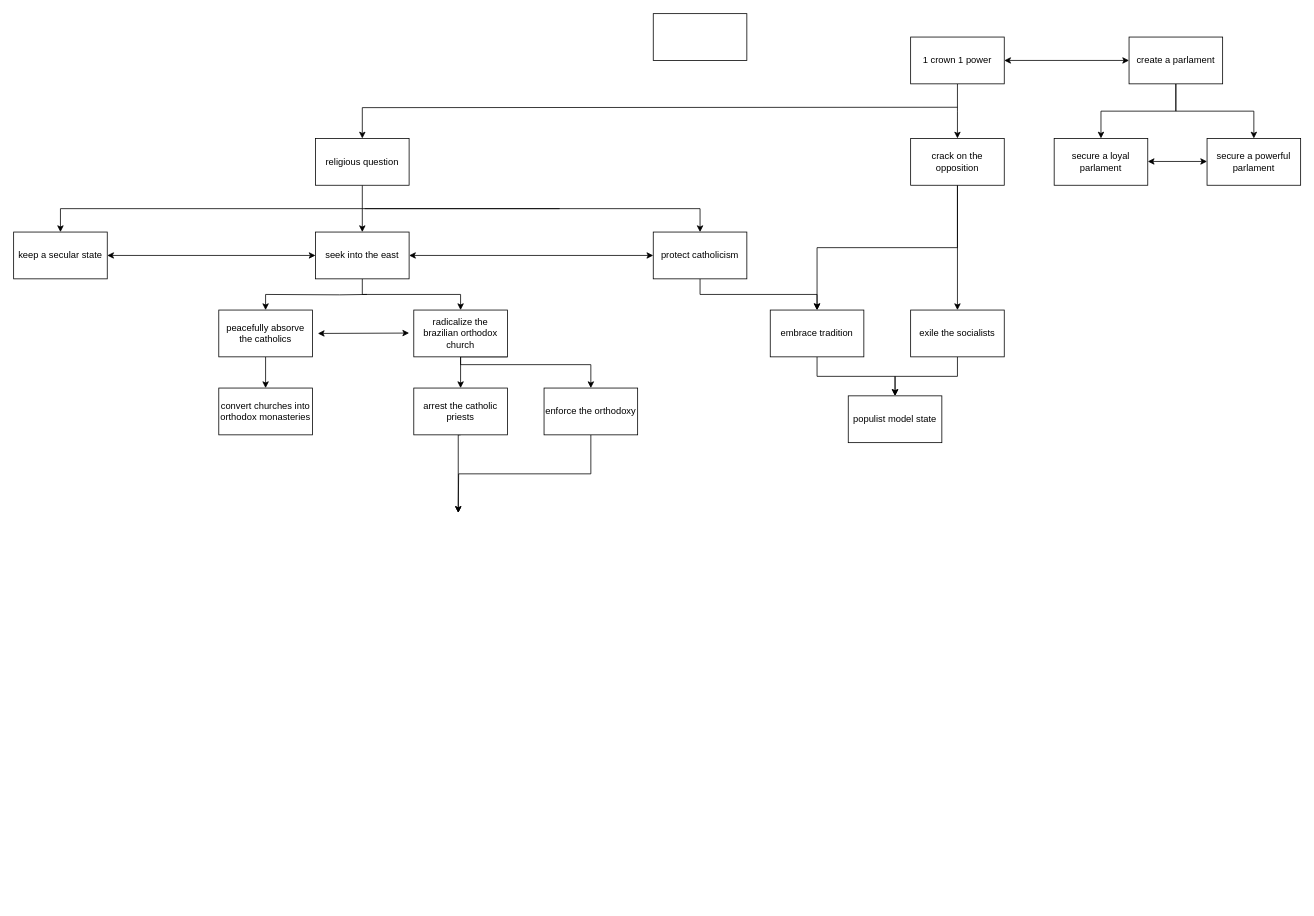
Above: Untitled Diagram.drawio in GolfinhoDoAlaska/marwan-challenge (draw.io), before the change. Source tidied: cells renumbered, new cells numbered last; positions are measured from the earlier drawing's top-left corner, leaving out a move shared by most shapes. Both pictures are drawn from the tidied source at 78%, with x=0, y=0 at pixel (13, 13).
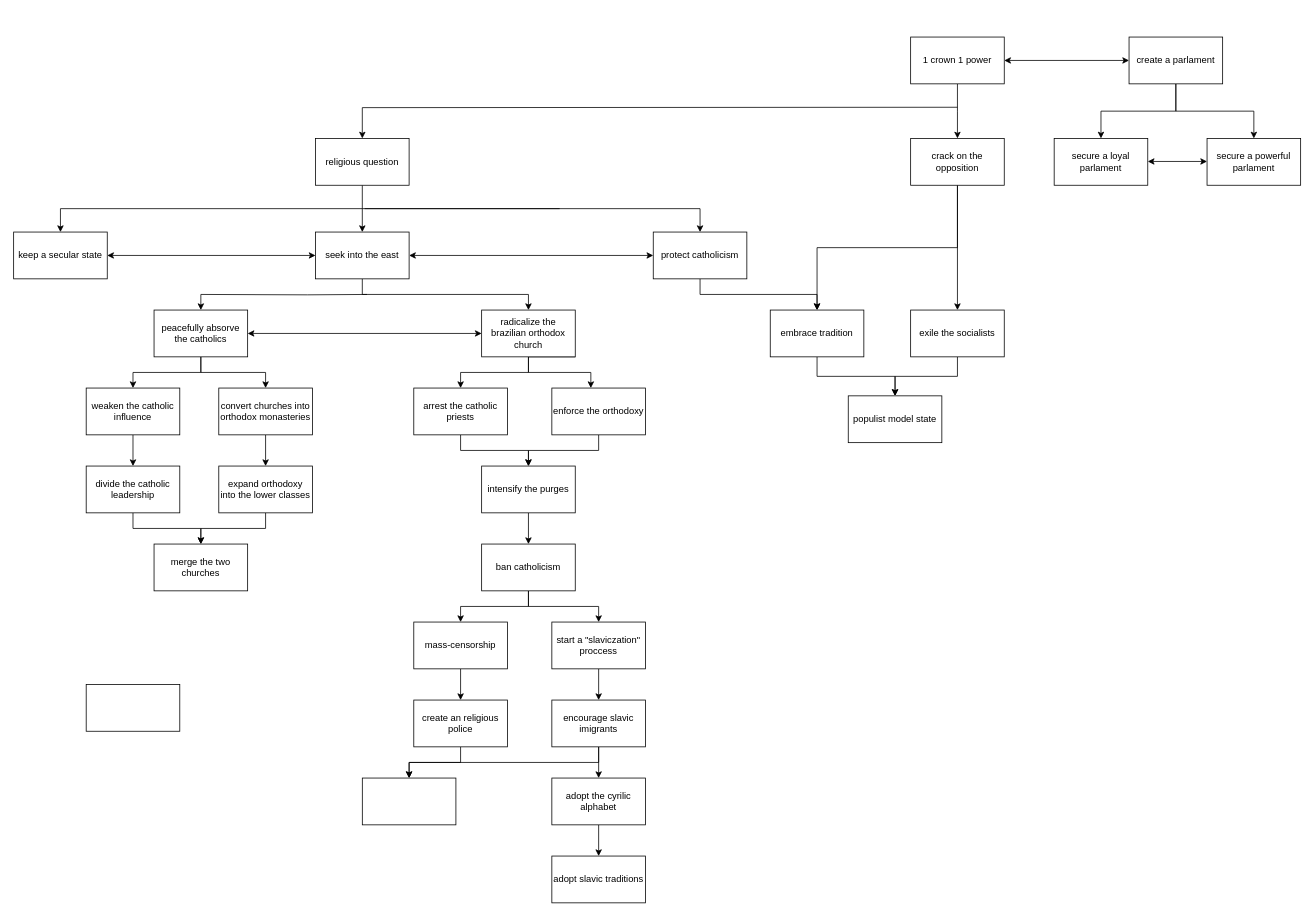
Above is the later version.

The change refers to these unchanged cells:
```xml
<mxCell id="38" value="convert churches into orthodox monasteries" style="rounded=0;whiteSpace=wrap;html=1;" parent="1" vertex="1">
  <mxGeometry x="263" y="480" width="120" height="60" as="geometry" />
</mxCell>
<mxCell id="40" value="arrest the catholic priests" style="rounded=0;whiteSpace=wrap;html=1;" parent="1" vertex="1">
  <mxGeometry x="513" y="480" width="120" height="60" as="geometry" />
</mxCell>
```

The edit, as a diff of the source:
```diff
@@
     <mxCell id="15" style="rounded=0;whiteSpace=wrap;html=1;" parent="1" vertex="1">
-      <mxGeometry x="820" width="120" height="60" as="geometry" />
+      <mxGeometry x="93" y="860" width="120" height="60" as="geometry" />
     </mxCell>
@@
     <mxCell id="33" style="edgeStyle=orthogonalEdgeStyle;rounded=0;jettySize=auto;html=1;entryX=0.5;entryY=0;entryDx=0;entryDy=0;exitX=1;exitY=1;exitDx=0;exitDy=0;" parent="1" edge="1" source="34">
       <mxGeometry relative="1" as="geometry">
         <mxPoint x="740" y="480" as="targetPoint" />
         <Array as="points">
-          <mxPoint x="573" y="440" />
-          <mxPoint x="573" y="450" />
-          <mxPoint x="740" y="450" />
+          <mxPoint x="660" y="440" />
+          <mxPoint x="660" y="460" />
+          <mxPoint x="740" y="460" />
         </Array>
       </mxGeometry>
     </mxCell>
     <mxCell id="34" value="radicalize the brazilian orthodox church" style="rounded=0;whiteSpace=wrap;html=1;" parent="1" vertex="1">
-      <mxGeometry x="513" y="380" width="120" height="60" as="geometry" />
+      <mxGeometry x="600" y="380" width="120" height="60" as="geometry" />
     </mxCell>
@@
+    <mxCell id="44" style="edgeStyle=orthogonalEdgeStyle;rounded=0;jettySize=auto;html=1;entryX=0.5;entryY=0;entryDx=0;entryDy=0;" parent="1" edge="1" source="36" target="52">
+      <mxGeometry relative="1" as="geometry">
+        <Array as="points">
+          <mxPoint x="240" y="460" />
+          <mxPoint x="153" y="460" />
+        </Array>
+      </mxGeometry>
+    </mxCell>
     <mxCell id="36" value="peacefully absorve the catholics" style="rounded=0;whiteSpace=wrap;html=1;" parent="1" vertex="1">
-      <mxGeometry x="263" y="380" width="120" height="60" as="geometry" />
+      <mxGeometry x="180" y="380" width="120" height="60" as="geometry" />
     </mxCell>
@@
+    <mxCell id="45" style="edgeStyle=orthogonalEdgeStyle;rounded=0;jettySize=auto;html=1;entryX=0.5;entryY=0;entryDx=0;entryDy=0;" parent="1" edge="1" source="38" target="54">
+      <mxGeometry relative="1" as="geometry" />
+    </mxCell>
@@
-    <mxCell id="39" style="rounded=0;jettySize=auto;html=1;exitX=0.5;exitY=1;exitDx=0;exitDy=0;edgeStyle=orthogonalEdgeStyle;" parent="1" edge="1" source="40">
-      <mxGeometry relative="1" as="geometry">
-        <mxPoint x="570" y="640" as="targetPoint" />
-        <Array as="points">
-          <mxPoint x="570" y="540" />
-          <mxPoint x="570" y="640" />
-        </Array>
-      </mxGeometry>
-    </mxCell>
+    <mxCell id="46" style="edgeStyle=orthogonalEdgeStyle;rounded=0;jettySize=auto;html=1;entryX=0.5;entryY=0;entryDx=0;entryDy=0;" parent="1" edge="1" source="40" target="49">
+      <mxGeometry relative="1" as="geometry" />
+    </mxCell>
@@
-    <mxCell id="41" style="edgeStyle=orthogonalEdgeStyle;rounded=0;jettySize=auto;html=1;exitX=0.5;exitY=1;exitDx=0;exitDy=0;" parent="1" edge="1" source="42">
-      <mxGeometry relative="1" as="geometry">
-        <mxPoint x="570" y="640" as="targetPoint" />
-      </mxGeometry>
-    </mxCell>
+    <mxCell id="47" style="edgeStyle=orthogonalEdgeStyle;rounded=0;jettySize=auto;html=1;entryX=0.5;entryY=0;entryDx=0;entryDy=0;" parent="1" edge="1" source="42" target="49">
+      <mxGeometry relative="1" as="geometry" />
+    </mxCell>
     <mxCell id="42" value="enforce the orthodoxy" style="rounded=0;whiteSpace=wrap;html=1;" parent="1" vertex="1">
-      <mxGeometry x="680" y="480" width="120" height="60" as="geometry" />
+      <mxGeometry x="690" y="480" width="120" height="60" as="geometry" />
     </mxCell>
-    <mxCell id="43" style="endArrow=classic;startArrow=classic;html=1;rounded=0;" parent="1" edge="1">
-      <mxGeometry relative="1" as="geometry">
-        <mxPoint x="390" y="410" as="sourcePoint" />
-        <mxPoint x="507" y="409.5" as="targetPoint" />
-      </mxGeometry>
+    <mxCell id="43" style="endArrow=classic;startArrow=classic;html=1;rounded=0;exitX=1;exitY=0.5;exitDx=0;exitDy=0;entryX=0;entryY=0.5;entryDx=0;entryDy=0;" parent="1" edge="1" source="36" target="34">
+      <mxGeometry relative="1" as="geometry" />
     </mxCell>
+    <mxCell id="48" style="edgeStyle=orthogonalEdgeStyle;rounded=0;jettySize=auto;html=1;entryX=0.5;entryY=0;entryDx=0;entryDy=0;" parent="1" edge="1" source="49" target="59">
+      <mxGeometry relative="1" as="geometry" />
+    </mxCell>
+    <mxCell id="49" value="intensify the purges" style="rounded=0;whiteSpace=wrap;html=1;" parent="1" vertex="1">
+      <mxGeometry x="600" y="580" width="120" height="60" as="geometry" />
+    </mxCell>
+    <mxCell id="50" value="merge the two churches" style="rounded=0;whiteSpace=wrap;html=1;" parent="1" vertex="1">
+      <mxGeometry x="180" y="680" width="120" height="60" as="geometry" />
+    </mxCell>
+    <mxCell id="51" style="edgeStyle=orthogonalEdgeStyle;rounded=0;jettySize=auto;html=1;entryX=0.5;entryY=0;entryDx=0;entryDy=0;" parent="1" edge="1" source="52" target="56">
+      <mxGeometry relative="1" as="geometry" />
+    </mxCell>
+    <mxCell id="52" value="weaken the catholic influence" style="rounded=0;whiteSpace=wrap;html=1;" parent="1" vertex="1">
+      <mxGeometry x="93" y="480" width="120" height="60" as="geometry" />
+    </mxCell>
+    <mxCell id="53" style="edgeStyle=orthogonalEdgeStyle;rounded=0;jettySize=auto;html=1;entryX=0.5;entryY=0;entryDx=0;entryDy=0;" parent="1" edge="1" source="54" target="50">
+      <mxGeometry relative="1" as="geometry" />
+    </mxCell>
+    <mxCell id="54" value="expand orthodoxy into the lower classes" style="rounded=0;whiteSpace=wrap;html=1;" parent="1" vertex="1">
+      <mxGeometry x="263" y="580" width="120" height="60" as="geometry" />
+    </mxCell>
+    <mxCell id="55" style="edgeStyle=orthogonalEdgeStyle;rounded=0;jettySize=auto;html=1;" parent="1" edge="1" source="56" target="50">
+      <mxGeometry relative="1" as="geometry" />
+    </mxCell>
+    <mxCell id="56" value="divide the catholic leadership" style="rounded=0;whiteSpace=wrap;html=1;" parent="1" vertex="1">
+      <mxGeometry x="93" y="580" width="120" height="60" as="geometry" />
+    </mxCell>
+    <mxCell id="57" style="edgeStyle=orthogonalEdgeStyle;rounded=0;jettySize=auto;html=1;entryX=0.5;entryY=0;entryDx=0;entryDy=0;" parent="1" edge="1" source="59" target="63">
+      <mxGeometry relative="1" as="geometry" />
+    </mxCell>
+    <mxCell id="58" style="edgeStyle=orthogonalEdgeStyle;rounded=0;jettySize=auto;html=1;" parent="1" edge="1" source="59" target="61">
+      <mxGeometry relative="1" as="geometry" />
+    </mxCell>
+    <mxCell id="59" value="ban catholicism" style="rounded=0;whiteSpace=wrap;html=1;" parent="1" vertex="1">
+      <mxGeometry x="600" y="680" width="120" height="60" as="geometry" />
+    </mxCell>
+    <mxCell id="60" style="edgeStyle=orthogonalEdgeStyle;rounded=0;jettySize=auto;html=1;" parent="1" edge="1" source="61" target="68">
+      <mxGeometry relative="1" as="geometry" />
+    </mxCell>
+    <mxCell id="61" value="mass-censorship" style="rounded=0;whiteSpace=wrap;html=1;" parent="1" vertex="1">
+      <mxGeometry x="513" y="780" width="120" height="60" as="geometry" />
+    </mxCell>
+    <mxCell id="62" style="edgeStyle=orthogonalEdgeStyle;rounded=0;jettySize=auto;html=1;entryX=0.5;entryY=0;entryDx=0;entryDy=0;" parent="1" edge="1" source="63" target="66">
+      <mxGeometry relative="1" as="geometry" />
+    </mxCell>
+    <mxCell id="63" value="start a &quot;slaviczation&quot; proccess" style="rounded=0;whiteSpace=wrap;html=1;" parent="1" vertex="1">
+      <mxGeometry x="690" y="780" width="120" height="60" as="geometry" />
+    </mxCell>
+    <mxCell id="64" style="edgeStyle=orthogonalEdgeStyle;rounded=0;jettySize=auto;html=1;entryX=0.5;entryY=0;entryDx=0;entryDy=0;" parent="1" edge="1" source="66" target="70">
+      <mxGeometry relative="1" as="geometry" />
+    </mxCell>
+    <mxCell id="65" style="edgeStyle=orthogonalEdgeStyle;rounded=0;jettySize=auto;html=1;exitX=0.5;exitY=1;exitDx=0;exitDy=0;" parent="1" edge="1" source="66" target="72">
+      <mxGeometry relative="1" as="geometry" />
+    </mxCell>
+    <mxCell id="66" value="encourage slavic imigrants" style="rounded=0;whiteSpace=wrap;html=1;" parent="1" vertex="1">
+      <mxGeometry x="690" y="880" width="120" height="60" as="geometry" />
+    </mxCell>
+    <mxCell id="67" style="edgeStyle=orthogonalEdgeStyle;rounded=0;jettySize=auto;html=1;entryX=0.5;entryY=0;entryDx=0;entryDy=0;" parent="1" edge="1" source="68" target="72">
+      <mxGeometry relative="1" as="geometry" />
+    </mxCell>
+    <mxCell id="68" value="create an religious police" style="rounded=0;whiteSpace=wrap;html=1;" parent="1" vertex="1">
+      <mxGeometry x="513" y="880" width="120" height="60" as="geometry" />
+    </mxCell>
+    <mxCell id="69" style="edgeStyle=orthogonalEdgeStyle;rounded=0;jettySize=auto;html=1;entryX=0.5;entryY=0;entryDx=0;entryDy=0;" parent="1" edge="1" source="70" target="71">
+      <mxGeometry relative="1" as="geometry" />
+    </mxCell>
+    <mxCell id="70" value="adopt the cyrilic alphabet" style="rounded=0;whiteSpace=wrap;html=1;" parent="1" vertex="1">
+      <mxGeometry x="690" y="980" width="120" height="60" as="geometry" />
+    </mxCell>
+    <mxCell id="71" value="adopt slavic traditions" style="rounded=0;whiteSpace=wrap;html=1;" parent="1" vertex="1">
+      <mxGeometry x="690" y="1080" width="120" height="60" as="geometry" />
+    </mxCell>
+    <mxCell id="72" style="rounded=0;whiteSpace=wrap;html=1;" parent="1" vertex="1">
+      <mxGeometry x="447" y="980" width="120" height="60" as="geometry" />
+    </mxCell>
```
